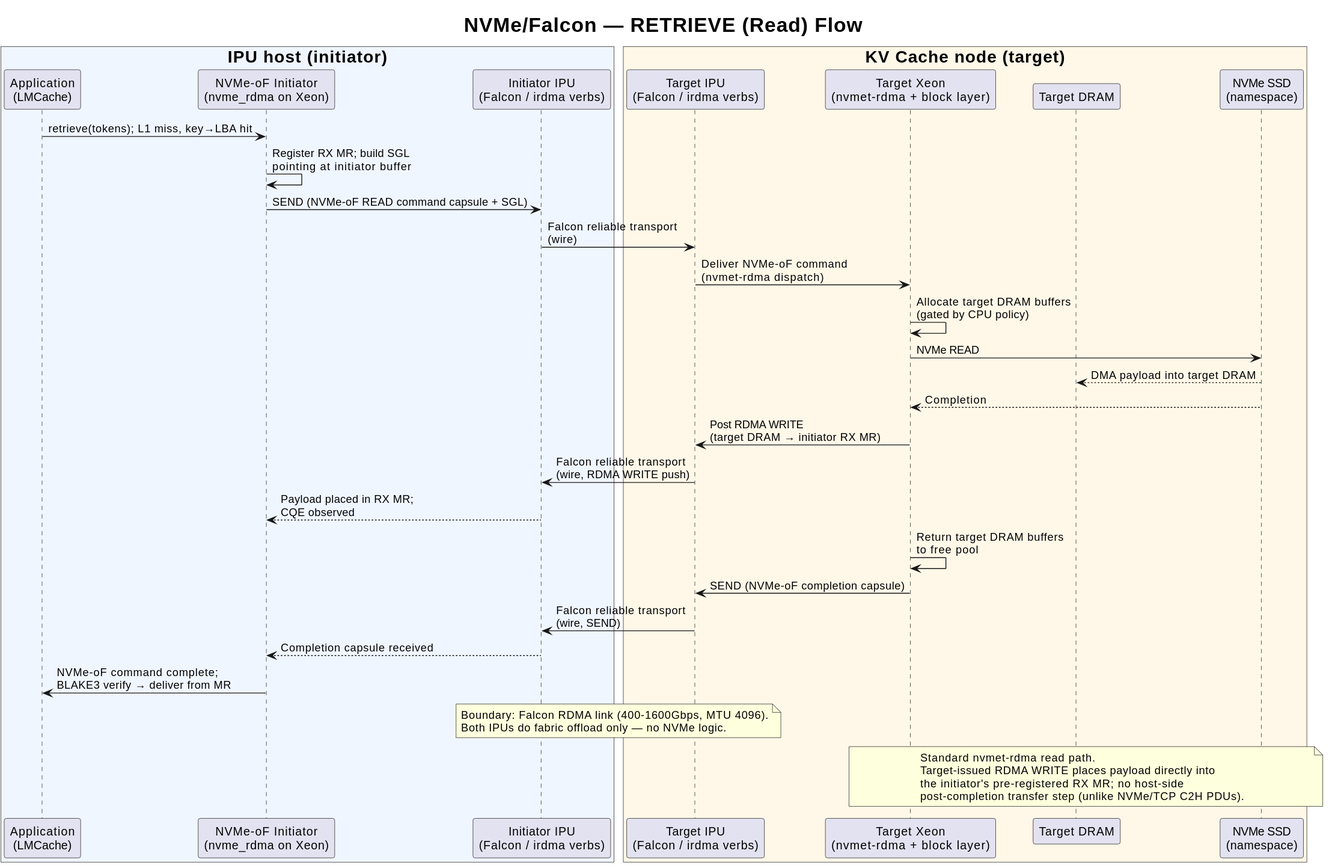
tsg-/LMCache keeps this PlantUML diagram as docs/design/v1/platform/ipu-poc/diagrams/architecture-a-nvmeof-falcon-retrieve-flow.svg. Above is the earlier version.
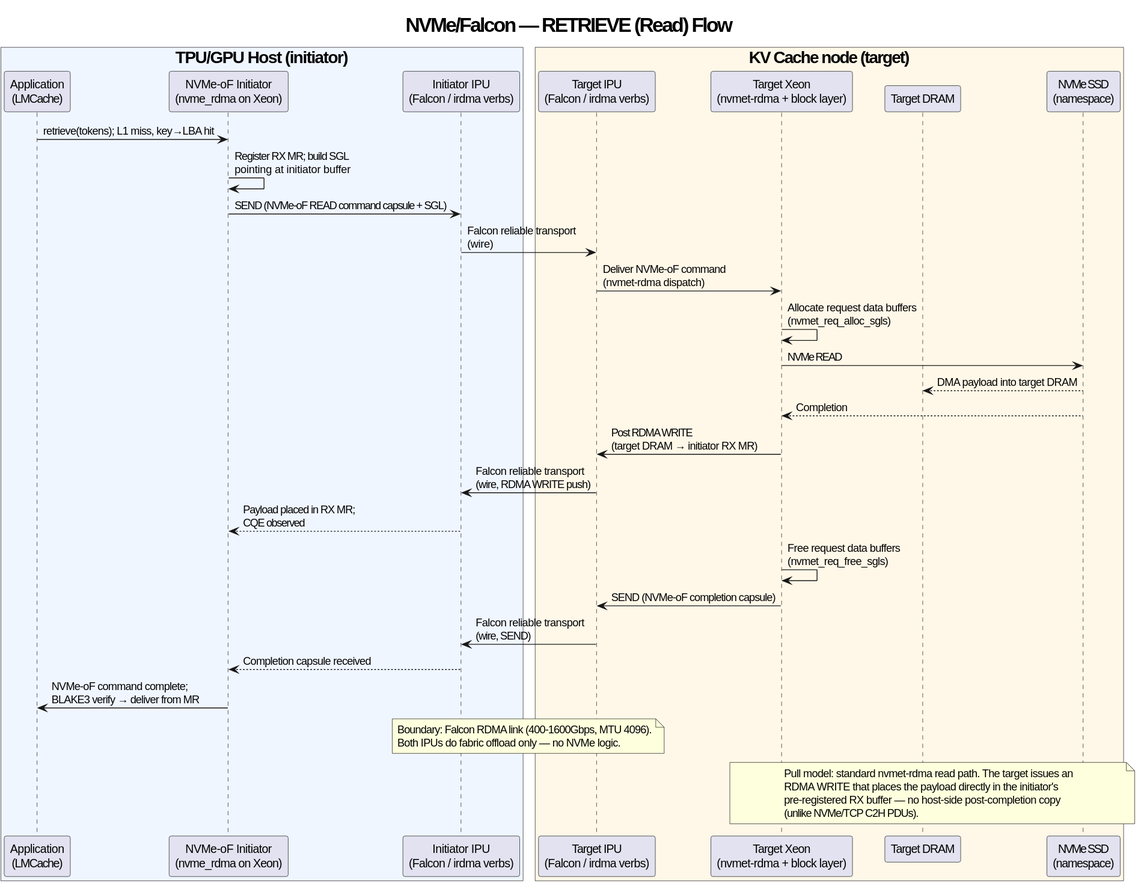
Later version of the same file.

Commit message:
docs: correct initiator label and pull-model note in flow diagrams

The edit, as a diff of the source:
```diff
@@ -1,8 +1,9 @@
 @startuml
+skinparam defaultFontName Carlito
 skinparam TitleFontSize 24
 title NVMe/Falcon — RETRIEVE (Read) Flow
 
-box "<size:20><b>IPU host (initiator)</b></size>" #F0F6FF
+box "<size:20><b>TPU/GPU Host (initiator)</b></size>" #F0F6FF
 participant "Application\n(LMCache)" as APP
 participant "NVMe-oF Initiator\n(nvme_rdma on Xeon)" as INIT
 participant "Initiator IPU\n(Falcon / irdma verbs)" as IFAL
@@ -21,7 +22,7 @@
 IFAL -> TFAL: Falcon reliable transport\n(wire)
 TFAL -> CPU: Deliver NVMe-oF command\n(nvmet-rdma dispatch)
 
-CPU -> CPU: Allocate target DRAM buffers\n(gated by CPU policy)
+CPU -> CPU: Allocate request data buffers\n(nvmet_req_alloc_sgls)
 CPU -> SSD: NVMe READ
 SSD --> TDDR: DMA payload into target DRAM
 SSD --> CPU: Completion
@@ -29,7 +30,7 @@
 CPU -> TFAL: Post RDMA WRITE\n(target DRAM → initiator RX MR)
 TFAL -> IFAL: Falcon reliable transport\n(wire, RDMA WRITE push)
 IFAL --> INIT: Payload placed in RX MR;\nCQE observed
-CPU -> CPU: Return target DRAM buffers\nto free pool
+CPU -> CPU: Free request data buffers\n(nvmet_req_free_sgls)
 
 CPU -> TFAL: SEND (NVMe-oF completion capsule)
 TFAL -> IFAL: Falcon reliable transport\n(wire, SEND)
@@ -43,9 +44,9 @@
 end note
 
 note over CPU, SSD
-  Standard nvmet-rdma read path.
-  Target-issued RDMA WRITE places payload directly into
-  the initiator's pre-registered RX MR; no host-side
-  post-completion transfer step (unlike NVMe/TCP C2H PDUs).
+  Pull model: standard nvmet-rdma read path. The target issues an
+  RDMA WRITE that places the payload directly in the initiator's
+  pre-registered RX buffer — no host-side post-completion copy
+  (unlike NVMe/TCP C2H PDUs).
 end note
 @enduml
```
